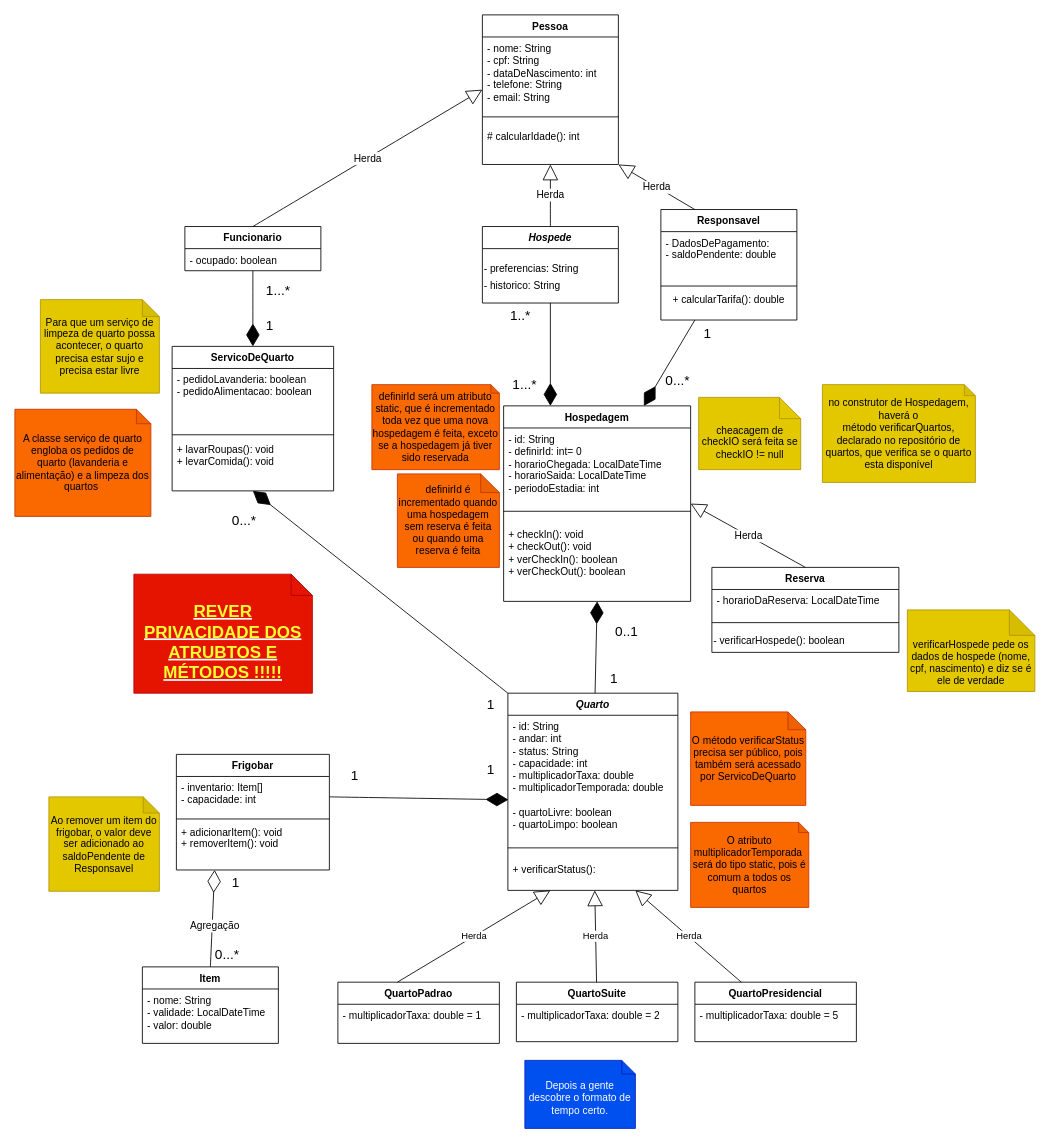
tucq27/Entrega1-IP2-SmartHotel keeps this draw.io diagram as HotelDeHilbert.drawio. Above is the earlier version. Source tidied: cells renumbered, new cells numbered last; positions are measured from the earlier drawing's top-left corner, leaving out a move shared by most shapes. Both pictures are drawn from the tidied source at 85%, with x=0, y=0 at pixel (14, 14).
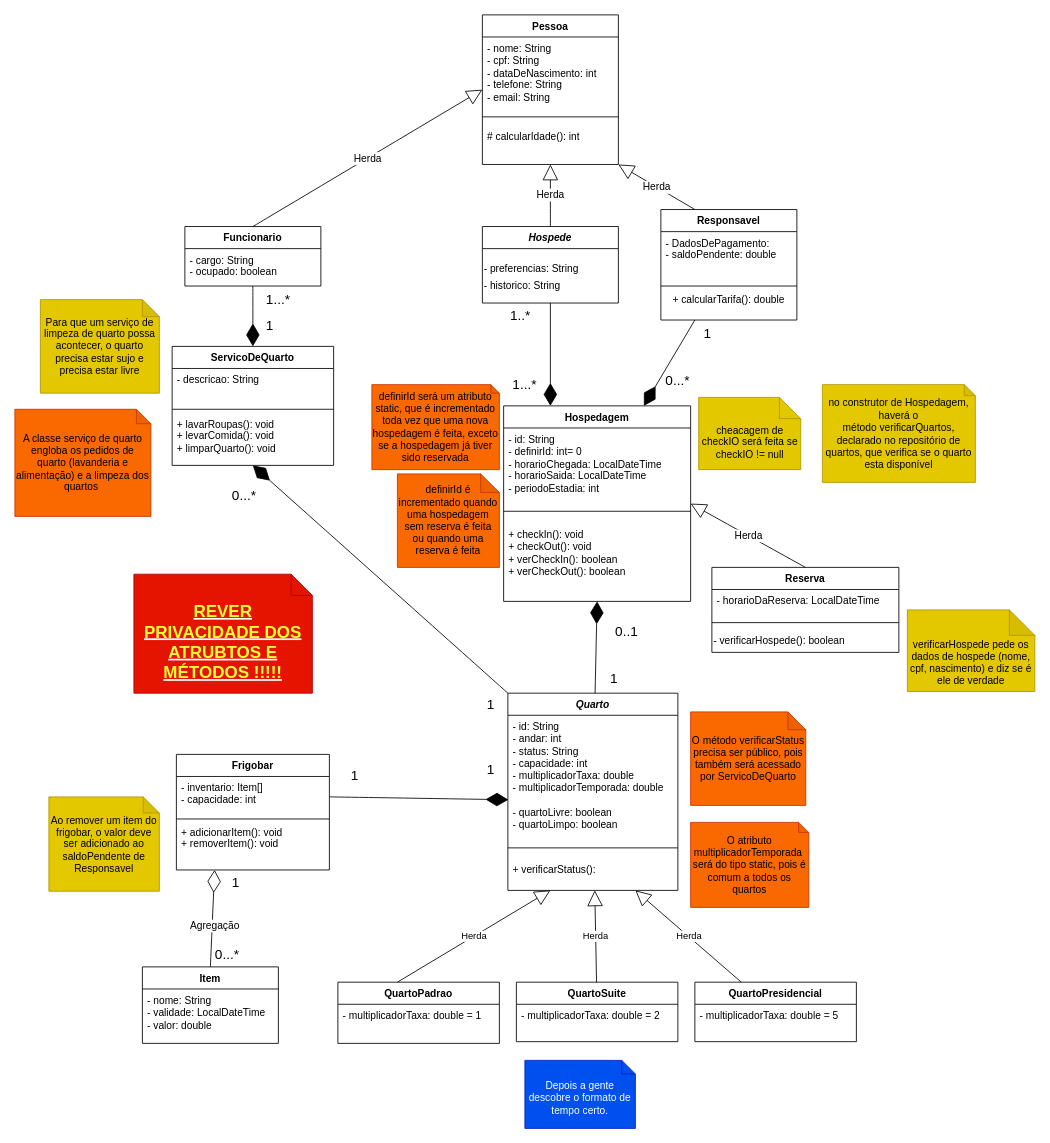
The same page after the edit.

Commit message (it also covers changes not shown here):
alterações nas classes Funcionario e Serviço

adicionei o atributo cargo em funcionario e troquei os atributos boolean de Serviço (que indicavam o tipo de serviço)  por um único atributo descrição, do tipo String. Também adicionei o método limparQuarto

The edit, as a diff of the source:
```diff
@@
     <mxCell id="34" value="ServicoDeQuarto" style="swimlane;fontStyle=1;align=center;verticalAlign=top;horizontal=1;startSize=26;whiteSpace=wrap;html=1;" parent="1" vertex="1">
-      <mxGeometry x="185" y="390" width="190" height="170" as="geometry" />
+      <mxGeometry x="185" y="390" width="190" height="140" as="geometry" />
     </mxCell>
-    <mxCell id="35" value="&lt;div&gt;- pedidoLavanderia: boolean&lt;/div&gt;&lt;div&gt;- pedidoAlimentacao: boolean&lt;/div&gt;" style="text;strokeColor=none;fillColor=none;align=left;verticalAlign=top;spacingLeft=4;spacingRight=4;overflow=hidden;whiteSpace=wrap;html=1;" parent="34" vertex="1">
-      <mxGeometry y="26" width="190" height="74" as="geometry" />
+    <mxCell id="35" value="&lt;div&gt;- descricao: String&lt;/div&gt;&lt;div&gt;&lt;br&gt;&lt;/div&gt;" style="text;strokeColor=none;fillColor=none;align=left;verticalAlign=top;spacingLeft=4;spacingRight=4;overflow=hidden;whiteSpace=wrap;html=1;" parent="34" vertex="1">
+      <mxGeometry y="26" width="190" height="44" as="geometry" />
     </mxCell>
     <mxCell id="36" style="line;strokeWidth=1;fillColor=none;align=left;verticalAlign=middle;spacingTop=-1;spacingLeft=3;spacingRight=3;labelPosition=right;strokeColor=inherit;" parent="34" vertex="1">
-      <mxGeometry y="100" width="190" height="8" as="geometry" />
+      <mxGeometry y="70" width="190" height="8" as="geometry" />
     </mxCell>
-    <mxCell id="37" value="&lt;div&gt;+ lavarRoupas(): void&lt;/div&gt;&lt;div&gt;+ levarComida(): void&lt;/div&gt;" style="text;strokeColor=none;fillColor=none;align=left;verticalAlign=top;spacingLeft=4;spacingRight=4;overflow=hidden;whiteSpace=wrap;html=1;" parent="34" vertex="1">
-      <mxGeometry y="108" width="190" height="62" as="geometry" />
+    <mxCell id="37" value="&lt;div&gt;+ lavarRoupas(): void&lt;/div&gt;&lt;div&gt;+ levarComida(): void&lt;/div&gt;&lt;div&gt;+ limparQuarto(): void&lt;/div&gt;" style="text;strokeColor=none;fillColor=none;align=left;verticalAlign=top;spacingLeft=4;spacingRight=4;overflow=hidden;whiteSpace=wrap;html=1;" parent="34" vertex="1">
+      <mxGeometry y="78" width="190" height="62" as="geometry" />
     </mxCell>
@@
     <mxCell id="62" value="Funcionario" style="swimlane;fontStyle=1;align=center;verticalAlign=top;horizontal=1;startSize=26;whiteSpace=wrap;html=1;" parent="1" vertex="1">
-      <mxGeometry x="200" y="249" width="160" height="52" as="geometry" />
+      <mxGeometry x="200" y="249" width="160" height="70" as="geometry" />
     </mxCell>
-    <mxCell id="63" value="- ocupado: boolean&amp;nbsp;" style="text;strokeColor=none;fillColor=none;align=left;verticalAlign=top;spacingLeft=4;spacingRight=4;overflow=hidden;whiteSpace=wrap;html=1;" parent="62" vertex="1">
-      <mxGeometry y="26" width="160" height="26" as="geometry" />
+    <mxCell id="63" value="&lt;div&gt;- cargo: String&lt;/div&gt;- ocupado: boolean&lt;span style=&quot;background-color: transparent; color: light-dark(rgb(0, 0, 0), rgb(255, 255, 255));&quot;&gt;&amp;nbsp;&lt;/span&gt;" style="text;strokeColor=none;fillColor=none;align=left;verticalAlign=top;spacingLeft=4;spacingRight=4;overflow=hidden;whiteSpace=wrap;html=1;" parent="62" vertex="1">
+      <mxGeometry y="26" width="160" height="44" as="geometry" />
     </mxCell>
@@
     <mxCell id="72" value="1...*" style="text;html=1;whiteSpace=wrap;strokeColor=none;fillColor=none;align=center;verticalAlign=middle;rounded=0;fontSize=16;" parent="1" vertex="1">
-      <mxGeometry x="280" y="309" width="60" height="30" as="geometry" />
+      <mxGeometry x="280" y="320" width="60" height="30" as="geometry" />
     </mxCell>
@@
     <mxCell id="78" value="0...*" style="text;html=1;whiteSpace=wrap;strokeColor=none;fillColor=none;align=center;verticalAlign=middle;rounded=0;fontSize=16;" parent="1" vertex="1">
-      <mxGeometry x="240" y="580" width="60" height="30" as="geometry" />
+      <mxGeometry x="240" y="550" width="60" height="30" as="geometry" />
     </mxCell>
```
